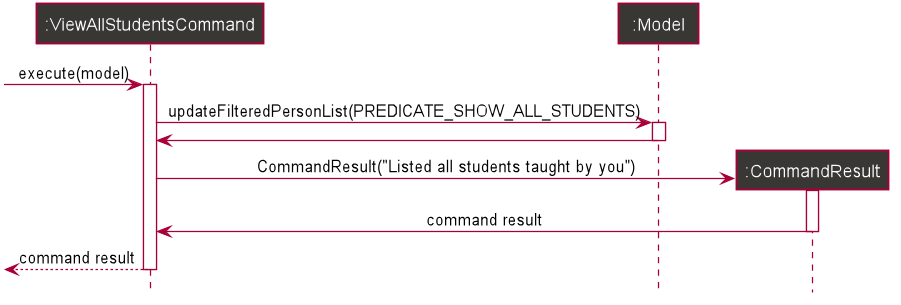
Above: docs/images/ViewAllStudentsSequenceDiagram.png in wireseo/tp (PlantUML), before the change.
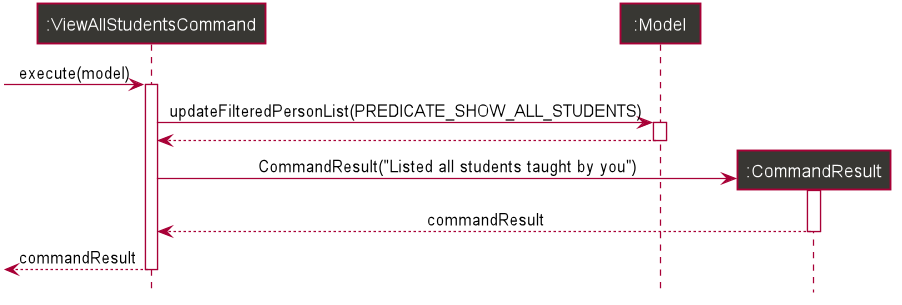
After the change.

The edit, as a diff of the source:
```diff
@@ -60,7 +60,7 @@
 
 activate Model
 
-Model -> ViewAllStudentsCommand
+Model --> ViewAllStudentsCommand
 
 deactivate Model
 
@@ -70,11 +70,11 @@
 
 activate CommandResult
 
-CommandResult -> ViewAllStudentsCommand : command result
+CommandResult --> ViewAllStudentsCommand : commandResult
 
 deactivate CommandResult
 
-[<-- ViewAllStudentsCommand : command result
+[<-- ViewAllStudentsCommand : commandResult
 
 deactivate ViewAllStudentsCommand
 
```
